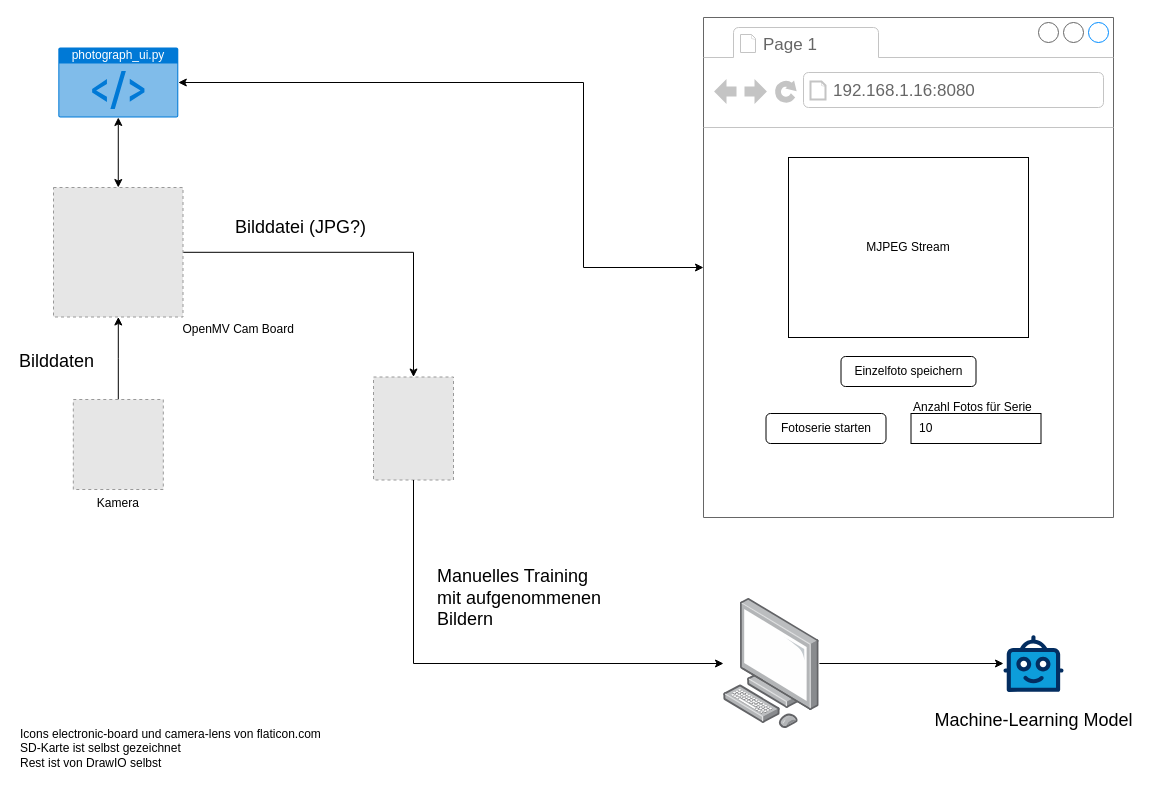
Commander-Philip/the-machine-learning-brick keeps this draw.io diagram as docs/how-to-teach-the machine-learning-algorithm.drawio. Above is the earlier version. Source tidied: cells renumbered, new cells numbered last; positions are measured from the earlier drawing's top-left corner, leaving out a move shared by most shapes. Both pictures are drawn from the tidied source at 100%, with x=0, y=0 at pixel (18, 17). Pictures stored in the file or linked from it are replaced by grey dashed boxes.
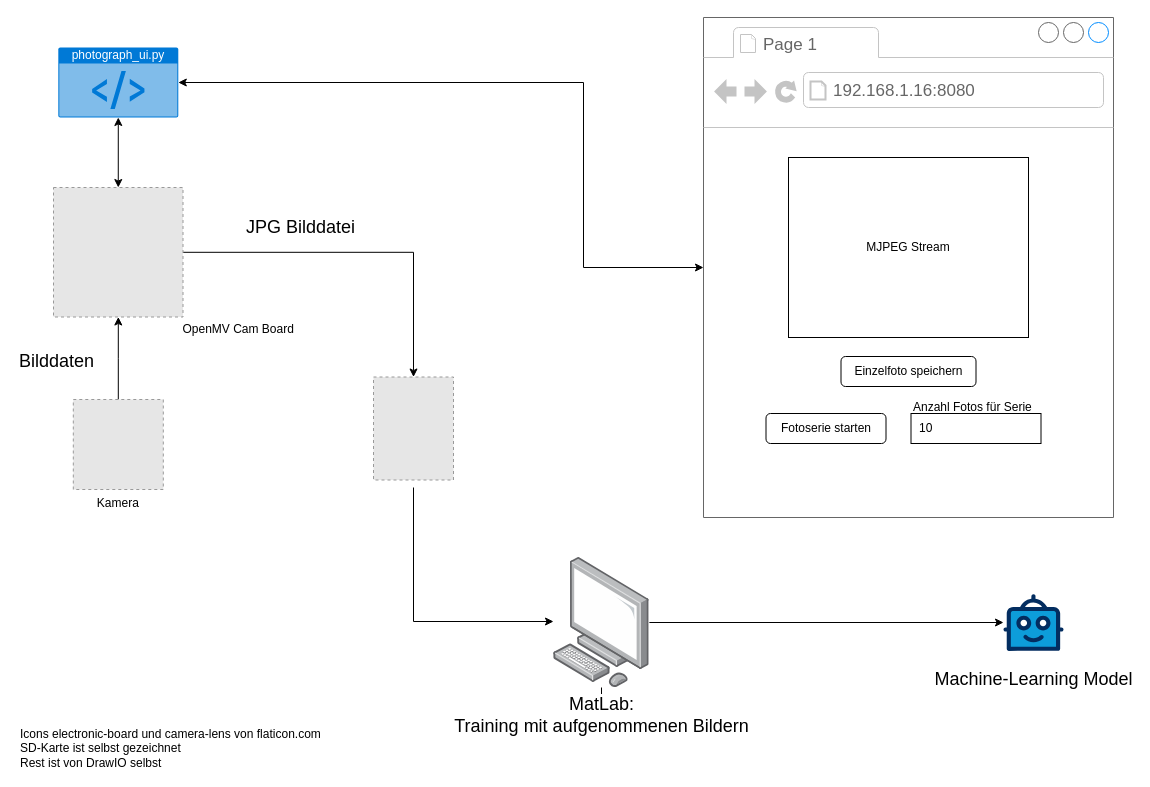
Above is the later version.

Commit message (it also covers changes not shown here):
Userstory für Testdaten angepasst und das Diagramm über Trainingsdaten

Unchanged cells that the change refers to:
```xml
<mxCell id="3" style="fillColor=#E6E6E6;strokeColor=#999999;dashed=1;verticalLabelPosition=bottom;verticalAlign=top;" parent="1" vertex="1">
  <mxGeometry x="355" y="359.5" width="80" height="103" as="geometry" />
</mxCell>
<mxCell id="12" style="edgeStyle=orthogonalEdgeStyle;rounded=0;jettySize=auto;html=1;" parent="1" edge="1" source="14" target="3">
  <mxGeometry relative="1" as="geometry" />
</mxCell>
<mxCell id="15" value="Icons electronic-board und camera-lens von flaticon.com&lt;div&gt;SD-Karte ist selbst gezeichnet&lt;/div&gt;&lt;div&gt;Rest ist von DrawIO selbst&lt;/div&gt;" style="text;strokeColor=none;align=left;fillColor=none;html=1;verticalAlign=middle;whiteSpace=wrap;rounded=0;" parent="1" vertex="1">
  <mxGeometry y="711" width="1100" height="40" as="geometry" />
</mxCell>
```

The edit, as a diff of the source:
```diff
@@
-    <mxCell id="13" value="Bilddatei (JPG?)" style="edgeLabel;html=1;align=center;verticalAlign=middle;fontSize=18;" parent="12" vertex="1">
+    <mxCell id="13" value="JPG&amp;nbsp;&lt;span style=&quot;background-color: light-dark(#ffffff, var(--ge-dark-color, #121212)); color: light-dark(rgb(0, 0, 0), rgb(255, 255, 255));&quot;&gt;Bilddatei&lt;/span&gt;" style="edgeLabel;html=1;align=center;verticalAlign=middle;fontSize=18;" parent="12" vertex="1">
       <mxGeometry x="-0.34" y="1" relative="1" as="geometry">
         <mxPoint y="-24" as="offset" />
       </mxGeometry>
     </mxCell>
@@
+    <mxCell id="26" style="edgeStyle=orthogonalEdgeStyle;rounded=0;jettySize=auto;html=1;" parent="1" edge="1" source="20" target="15">
+      <mxGeometry relative="1" as="geometry" />
+    </mxCell>
-    <mxCell id="20" style="image;points=[];html=1;align=center;shadow=0;dashed=0;image=img/lib/allied_telesis/computer_and_terminals/Personal_Computer.svg;" parent="1" vertex="1">
-      <mxGeometry x="705" y="581" width="95.9" height="130" as="geometry" />
+    <mxCell id="20" value="&lt;span style=&quot;font-size: 18px; text-align: left;&quot;&gt;MatLab:&lt;br&gt;Training&amp;nbsp;&lt;/span&gt;&lt;span style=&quot;font-size: 18px; text-align: left;&quot;&gt;mit aufgenommenen&amp;nbsp;&lt;/span&gt;&lt;span style=&quot;font-size: 18px; text-align: left;&quot;&gt;Bildern&lt;/span&gt;" style="image;points=[];html=1;align=center;shadow=0;dashed=0;image=img/lib/allied_telesis/computer_and_terminals/Personal_Computer.svg;" parent="1" vertex="1">
+      <mxGeometry x="535" y="540" width="95.9" height="130" as="geometry" />
     </mxCell>
-    <mxCell id="21" style="edgeStyle=orthogonalEdgeStyle;rounded=0;jettySize=auto;html=1;" parent="1" edge="1" source="3" target="20">
+    <mxCell id="21" style="edgeStyle=orthogonalEdgeStyle;rounded=0;jettySize=auto;html=1;" parent="1" edge="1" target="20">
       <mxGeometry relative="1" as="geometry">
+        <mxPoint x="395" y="470" as="sourcePoint" />
         <Array as="points">
-          <mxPoint x="395" y="646" />
+          <mxPoint x="395" y="604" />
         </Array>
       </mxGeometry>
     </mxCell>
-    <mxCell id="22" value="Manuelles Training&lt;br&gt;mit aufgenommenen&lt;br&gt;Bildern" style="edgeLabel;html=1;align=left;verticalAlign=middle;fontSize=18;" parent="21" vertex="1">
-      <mxGeometry x="0.11" relative="1" as="geometry">
-        <mxPoint x="-69" y="-66" as="offset" />
-      </mxGeometry>
-    </mxCell>
     <mxCell id="23" value="Machine-Learning Model" style="verticalLabelPosition=bottom;html=1;shape=mxgraph.salesforce.bots;fontSize=18;" parent="1" vertex="1">
-      <mxGeometry x="985" y="617.5" width="60" height="57" as="geometry" />
+      <mxGeometry x="985" y="576.5" width="60" height="57" as="geometry" />
     </mxCell>
```
